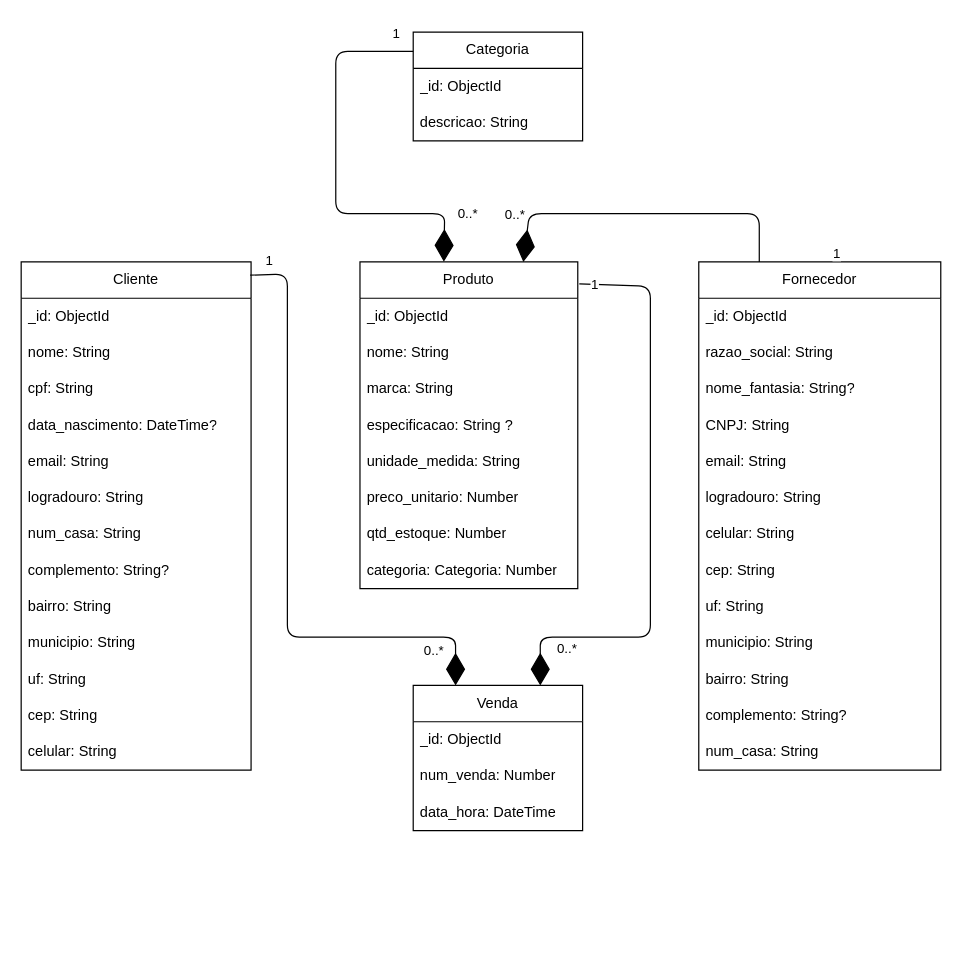
The draw.io diagram Docs/Formas.drawio in faustocintra/bn-not-2024-2, before the edit. Source tidied: cells renumbered, new cells numbered last; positions are measured from the earlier drawing's top-left corner, leaving out a move shared by most shapes. Both pictures are drawn from the tidied source at 121%, with x=0, y=0 at pixel (21, 31).
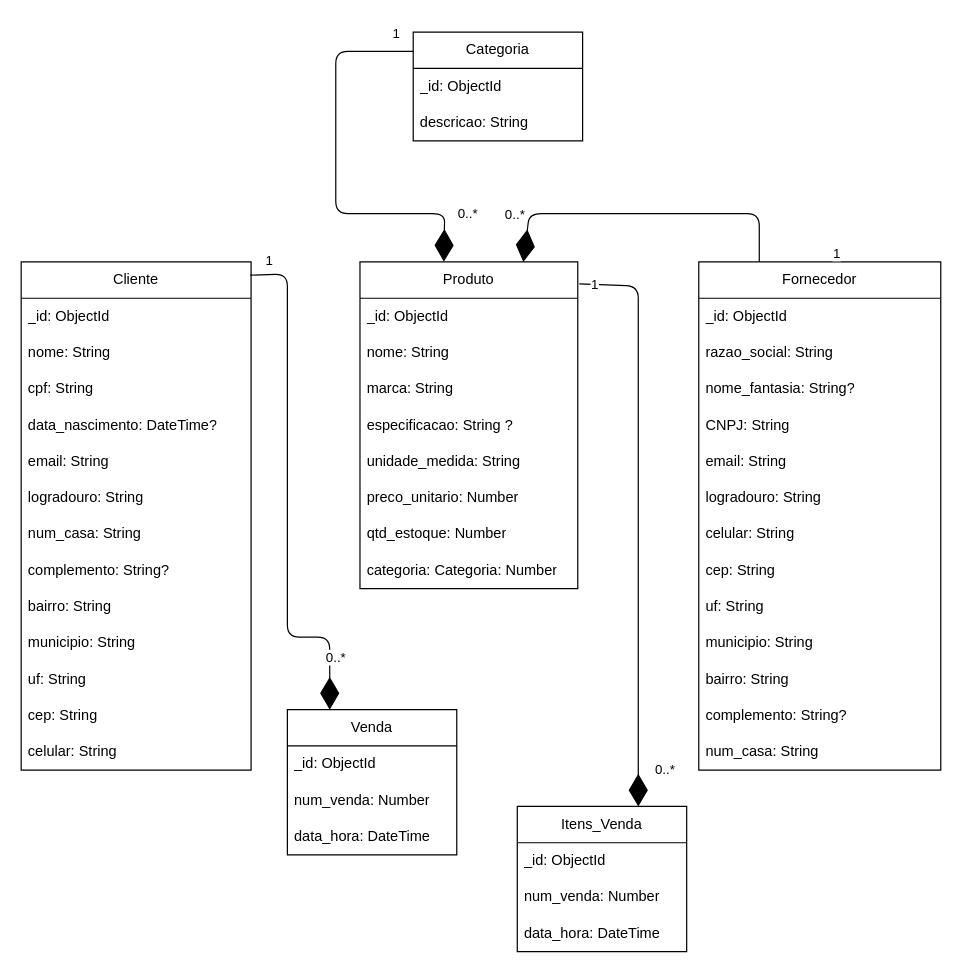
The same page after the edit.

The change refers to these unchanged cells:
```xml
<mxCell id="19" value="Cliente" style="swimlane;fontStyle=0;horizontal=1;startSize=30;whiteSpace=wrap;html=1;" parent="1" vertex="1">
  <mxGeometry y="190" width="190" height="420" as="geometry" />
</mxCell>
<mxCell id="33" value="Produto" style="swimlane;fontStyle=0;horizontal=1;startSize=30;whiteSpace=wrap;html=1;" parent="1" vertex="1">
  <mxGeometry x="280" y="190" width="180" height="270" as="geometry" />
</mxCell>
```

Change to the diagram source:
```diff
@@
     <mxCell id="42" value="Venda" style="swimlane;fontStyle=0;horizontal=1;startSize=30;whiteSpace=wrap;html=1;" parent="1" vertex="1">
-      <mxGeometry x="324" y="540" width="140" height="120" as="geometry" />
+      <mxGeometry x="220" y="560" width="140" height="120" as="geometry" />
     </mxCell>
@@
     <mxCell id="46" style="endArrow=diamondThin;endFill=1;endSize=24;html=1;exitX=0.996;exitY=0.026;exitDx=0;exitDy=0;exitPerimeter=0;entryX=0.25;entryY=0;entryDx=0;entryDy=0;" parent="1" edge="1" source="19" target="42">
       <mxGeometry relative="1" as="geometry">
         <Array as="points">
           <mxPoint x="220" y="200" />
           <mxPoint x="220" y="500" />
-          <mxPoint x="359" y="500" />
+          <mxPoint x="255" y="500" />
         </Array>
       </mxGeometry>
     </mxCell>
@@
-    <mxCell id="48" style="endArrow=diamondThin;endFill=1;endSize=24;html=1;entryX=0.75;entryY=0;entryDx=0;entryDy=0;exitX=1.007;exitY=0.067;exitDx=0;exitDy=0;exitPerimeter=0;" parent="1" edge="1" source="33" target="42">
+    <mxCell id="48" style="endArrow=diamondThin;endFill=1;endSize=24;html=1;exitX=1.007;exitY=0.067;exitDx=0;exitDy=0;exitPerimeter=0;" parent="1" edge="1" source="33">
       <mxGeometry relative="1" as="geometry">
+        <mxPoint x="510" y="640" as="targetPoint" />
         <Array as="points">
-          <mxPoint x="520" y="210" />
-          <mxPoint x="520" y="500" />
-          <mxPoint x="460" y="500" />
-          <mxPoint x="429" y="500" />
+          <mxPoint x="510" y="210" />
+          <mxPoint x="510" y="430" />
         </Array>
       </mxGeometry>
     </mxCell>
@@
+    <mxCell id="58" value="Itens_Venda" style="swimlane;fontStyle=0;horizontal=1;startSize=30;whiteSpace=wrap;html=1;" parent="1" vertex="1">
+      <mxGeometry x="410" y="640" width="140" height="120" as="geometry" />
+    </mxCell>
+    <mxCell id="59" value="_id: ObjectId" style="text;strokeColor=none;fillColor=none;align=left;verticalAlign=middle;spacingLeft=4;spacingRight=4;overflow=hidden;whiteSpace=wrap;html=1;" parent="58" vertex="1">
+      <mxGeometry y="30" width="140" height="30" as="geometry" />
+    </mxCell>
+    <mxCell id="60" value="num_venda: Number" style="text;strokeColor=none;fillColor=none;align=left;verticalAlign=middle;spacingLeft=4;spacingRight=4;overflow=hidden;whiteSpace=wrap;html=1;" parent="58" vertex="1">
+      <mxGeometry y="60" width="140" height="30" as="geometry" />
+    </mxCell>
+    <mxCell id="61" value="data_hora: DateTime" style="text;strokeColor=none;fillColor=none;align=left;verticalAlign=middle;spacingLeft=4;spacingRight=4;overflow=hidden;whiteSpace=wrap;html=1;" parent="58" vertex="1">
+      <mxGeometry y="90" width="140" height="30" as="geometry" />
+    </mxCell>
```
